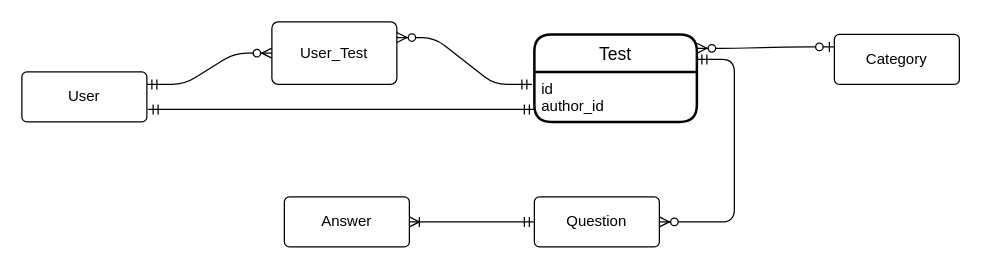
Above: Untitled Diagram.drawio in Lexxicus/TestGuru (draw.io), before the change. Source tidied: cells renumbered, new cells numbered last; positions are measured from the earlier drawing's top-left corner, leaving out a move shared by most shapes. Both pictures are drawn from the tidied source at 125%, with x=0, y=0 at pixel (21, 21).
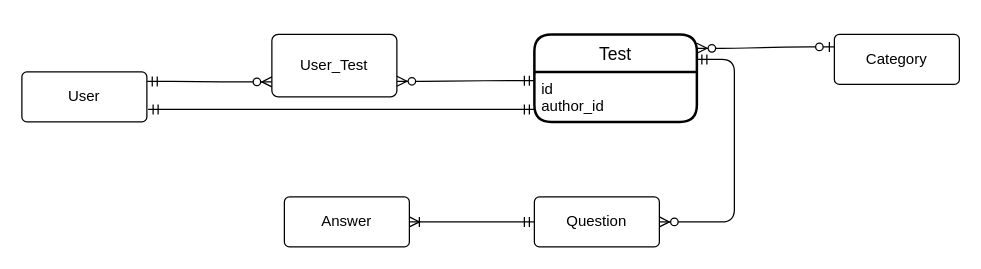
After the change.

What changed in the source:
```diff
@@
 <mxGraphModel>
   <root>
     <mxCell id="0" />
     <mxCell id="1" parent="0" />
     <mxCell id="2" value="User" style="rounded=1;arcSize=10;whiteSpace=wrap;html=1;align=center;" parent="1" vertex="1">
       <mxGeometry y="40" width="100" height="40" as="geometry" />
     </mxCell>
     <mxCell id="3" value="Question" style="rounded=1;arcSize=10;whiteSpace=wrap;html=1;align=center;" parent="1" vertex="1">
       <mxGeometry x="410" y="140" width="100" height="40" as="geometry" />
     </mxCell>
     <mxCell id="4" value="Answer" style="rounded=1;arcSize=10;whiteSpace=wrap;html=1;align=center;" parent="1" vertex="1">
       <mxGeometry x="210" y="140" width="100" height="40" as="geometry" />
     </mxCell>
     <mxCell id="5" value="User_Test" style="rounded=1;arcSize=10;whiteSpace=wrap;html=1;align=center;" parent="1" vertex="1">
-      <mxGeometry x="200" width="100" height="50" as="geometry" />
+      <mxGeometry x="200" y="10" width="100" height="50" as="geometry" />
     </mxCell>
     <mxCell id="6" value="Category" style="rounded=1;arcSize=10;whiteSpace=wrap;html=1;align=center;" parent="1" vertex="1">
       <mxGeometry x="650" y="10" width="100" height="40" as="geometry" />
     </mxCell>
-    <mxCell id="7" style="edgeStyle=entityRelationEdgeStyle;fontSize=12;html=1;endArrow=ERzeroToMany;startArrow=ERmandOne;startFill=0;exitX=1;exitY=0.25;exitDx=0;exitDy=0;entryX=0;entryY=0.5;entryDx=0;entryDy=0;" parent="1" edge="1" source="2" target="5">
-      <mxGeometry relative="1" as="geometry" />
+    <mxCell id="7" style="edgeStyle=entityRelationEdgeStyle;fontSize=12;html=1;endArrow=ERzeroToMany;startArrow=ERmandOne;startFill=0;exitX=1.003;exitY=0.192;exitDx=0;exitDy=0;exitPerimeter=0;" parent="1" edge="1" source="2">
+      <mxGeometry relative="1" as="geometry">
+        <mxPoint x="200" y="48" as="targetPoint" />
+      </mxGeometry>
     </mxCell>
-    <mxCell id="8" style="edgeStyle=entityRelationEdgeStyle;fontSize=12;html=1;endArrow=ERmandOne;startArrow=ERzeroToMany;startFill=1;endFill=0;exitX=1;exitY=0.25;exitDx=0;exitDy=0;" parent="1" edge="1" source="5">
+    <mxCell id="8" style="edgeStyle=entityRelationEdgeStyle;fontSize=12;html=1;endArrow=ERmandOne;startArrow=ERzeroToMany;startFill=1;endFill=0;exitX=1;exitY=0.75;exitDx=0;exitDy=0;" parent="1" edge="1" source="5">
       <mxGeometry relative="1" as="geometry">
-        <mxPoint x="408" y="50" as="targetPoint" />
+        <mxPoint x="410" y="47" as="targetPoint" />
       </mxGeometry>
     </mxCell>
     <mxCell id="9" style="edgeStyle=entityRelationEdgeStyle;fontSize=12;html=1;endArrow=ERzeroToOne;startArrow=ERzeroToMany;startFill=1;endFill=1;entryX=0;entryY=0.25;entryDx=0;entryDy=0;exitX=1;exitY=0.159;exitDx=0;exitDy=0;exitPerimeter=0;" parent="1" edge="1" source="13" target="6">
       <mxGeometry relative="1" as="geometry" />
     </mxCell>
     <mxCell id="10" style="edgeStyle=entityRelationEdgeStyle;fontSize=12;html=1;endArrow=ERzeroToMany;entryX=1;entryY=0.5;entryDx=0;entryDy=0;startArrow=ERmandOne;startFill=0;endFill=1;" parent="1" edge="1" target="3">
       <mxGeometry relative="1" as="geometry">
         <mxPoint x="540" y="30" as="sourcePoint" />
       </mxGeometry>
     </mxCell>
     <mxCell id="11" style="edgeStyle=entityRelationEdgeStyle;fontSize=12;html=1;endArrow=ERmandOne;startArrow=ERoneToMany;endFill=0;startFill=0;entryX=0;entryY=0.5;entryDx=0;entryDy=0;exitX=1;exitY=0.5;exitDx=0;exitDy=0;" parent="1" edge="1" source="4" target="3">
       <mxGeometry relative="1" as="geometry" />
     </mxCell>
     <mxCell id="12" style="edgeStyle=entityRelationEdgeStyle;fontSize=12;html=1;endArrow=ERmandOne;startArrow=ERmandOne;entryX=0;entryY=0.75;entryDx=0;entryDy=0;" parent="1" edge="1" target="14">
       <mxGeometry relative="1" as="geometry">
         <mxPoint x="101" y="70" as="sourcePoint" />
       </mxGeometry>
     </mxCell>
     <mxCell id="13" value="Test" style="swimlane;horizontal=1;startSize=30;rounded=1;fontSize=14;fontStyle=0;strokeWidth=2;shadow=0;dashed=0;align=center;" parent="1" vertex="1">
       <mxGeometry x="410" y="10" width="130" height="70" as="geometry" />
     </mxCell>
     <mxCell id="14" value="id&#10;author_id" style="align=left;strokeColor=none;fillColor=none;spacingLeft=4;fontSize=12;verticalAlign=top;" parent="13" vertex="1">
       <mxGeometry y="30" width="130" height="40" as="geometry" />
     </mxCell>
   </root>
 </mxGraphModel>
```
